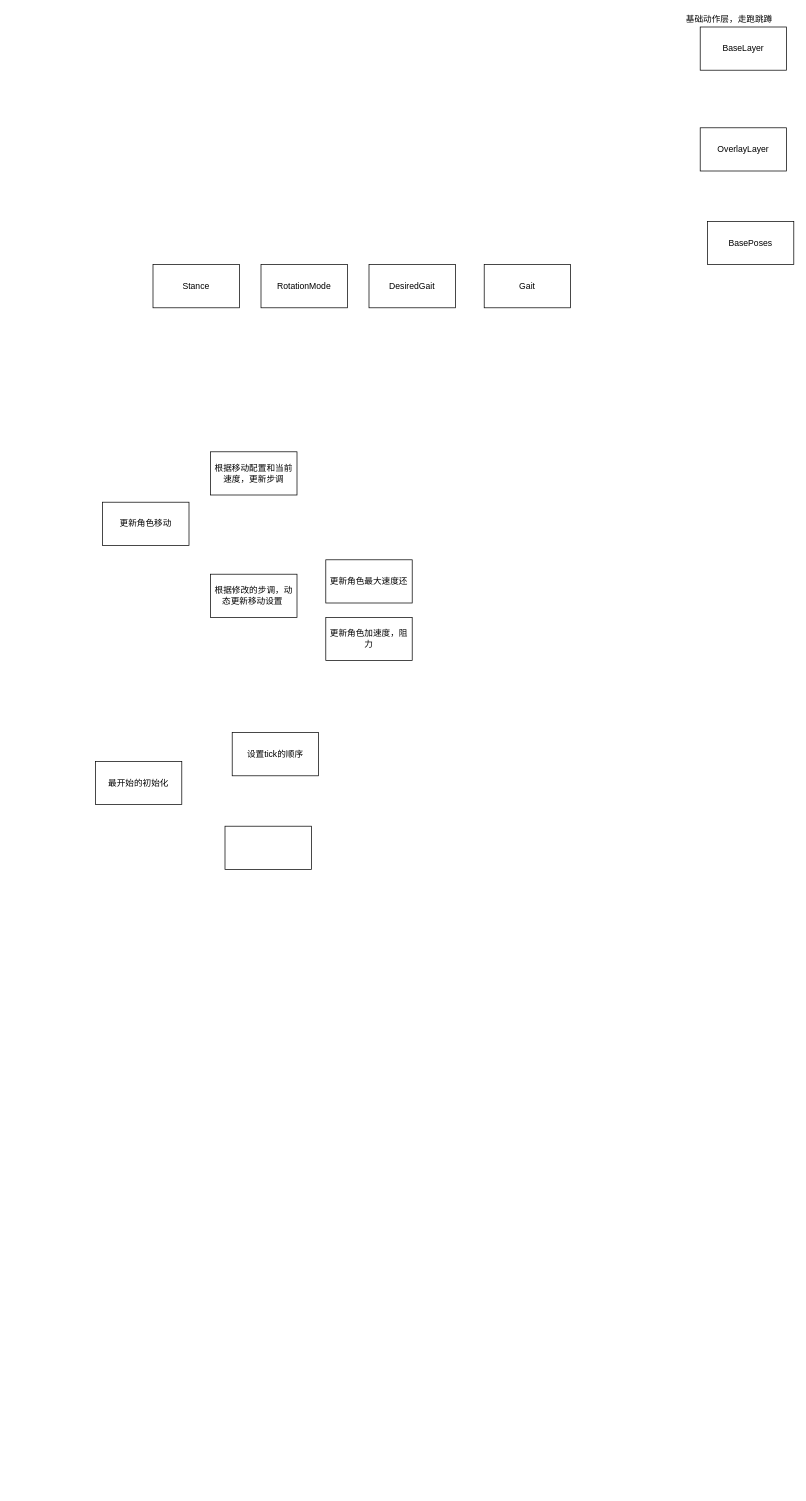
1995zmj/ZMJ keeps this draw.io diagram as page "AnimGraph" (1 of 5) of ALS.drawio. Above is the earlier version. Source tidied: cells renumbered, new cells numbered last; positions are measured from the earlier drawing's top-left corner, leaving out a move shared by most shapes. Both pictures are drawn from the tidied source at 72%, with x=0, y=0 at pixel (95, 12).
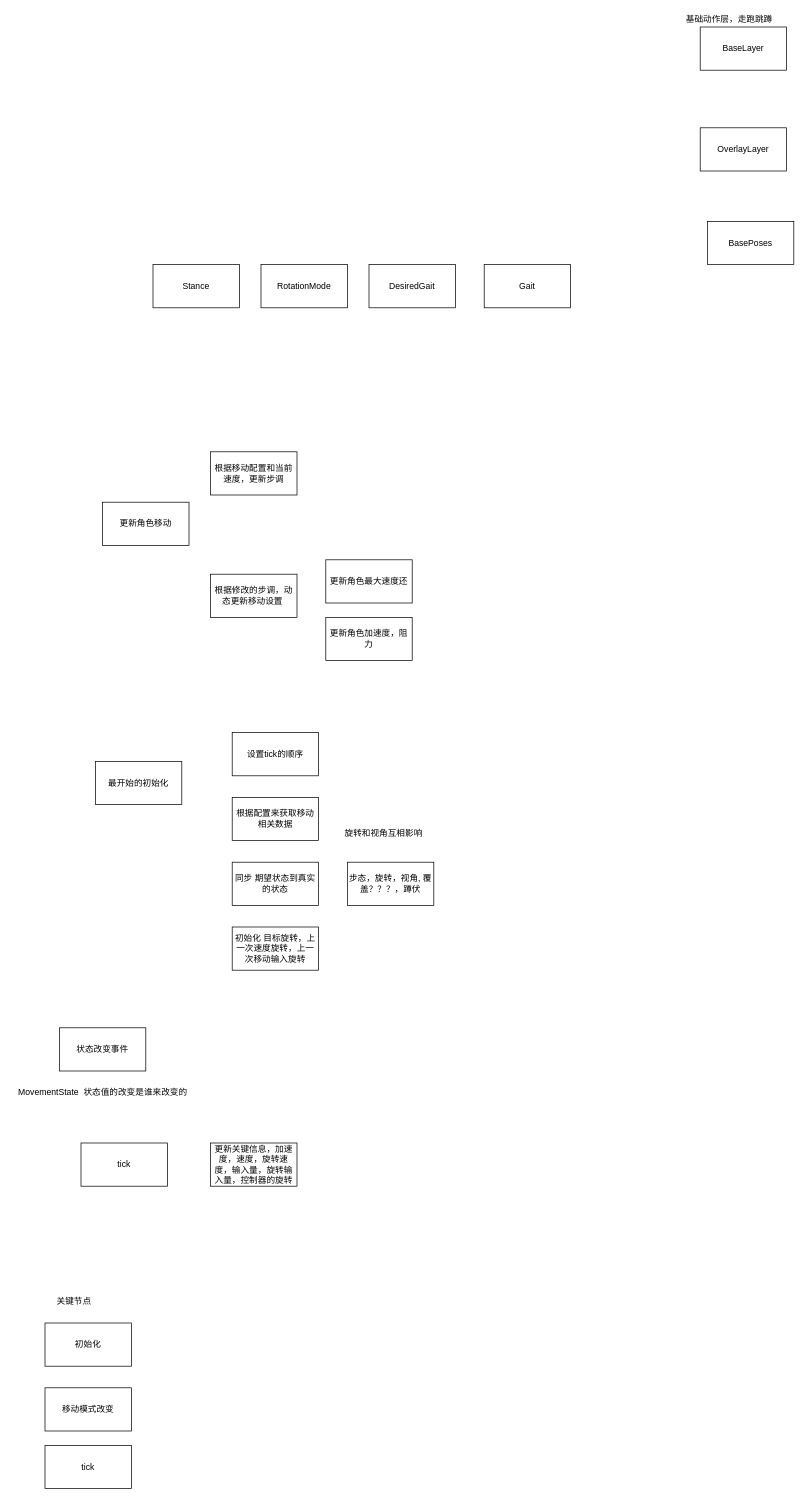
The same page after the edit.

What changed in the source:
```diff
@@
-    <mxCell id="17" style="whiteSpace=wrap;html=1;" parent="1" vertex="1">
-      <mxGeometry x="180" y="1130" width="120" height="60" as="geometry" />
+    <mxCell id="17" value="根据配置来获取移动相关数据" style="whiteSpace=wrap;html=1;" parent="1" vertex="1">
+      <mxGeometry x="190" y="1090" width="120" height="60" as="geometry" />
     </mxCell>
+    <mxCell id="18" value="同步 期望状态到真实的状态" style="whiteSpace=wrap;html=1;" parent="1" vertex="1">
+      <mxGeometry x="190" y="1180" width="120" height="60" as="geometry" />
+    </mxCell>
+    <mxCell id="19" value="步态，旋转，视角, 覆盖？？？，蹲伏" style="whiteSpace=wrap;html=1;" parent="1" vertex="1">
+      <mxGeometry x="350" y="1180" width="120" height="60" as="geometry" />
+    </mxCell>
+    <mxCell id="20" value="旋转和视角互相影响" style="text;html=1;align=center;verticalAlign=middle;strokeColor=none;fillColor=none;" parent="1" vertex="1">
+      <mxGeometry x="340" y="1130" width="120" height="20" as="geometry" />
+    </mxCell>
+    <mxCell id="21" value="初始化 目标旋转，上一次速度旋转，上一次移动输入旋转" style="whiteSpace=wrap;html=1;" parent="1" vertex="1">
+      <mxGeometry x="190" y="1270" width="120" height="60" as="geometry" />
+    </mxCell>
+    <mxCell id="22" value="状态改变事件" style="whiteSpace=wrap;html=1;" parent="1" vertex="1">
+      <mxGeometry x="-50" y="1410" width="120" height="60" as="geometry" />
+    </mxCell>
+    <mxCell id="23" value="MovementState&amp;nbsp; 状态值的改变是谁来改变的&lt;br&gt;" style="text;html=1;align=center;verticalAlign=middle;strokeColor=none;fillColor=none;" parent="1" vertex="1">
+      <mxGeometry x="-115" y="1490" width="250" height="20" as="geometry" />
+    </mxCell>
+    <mxCell id="24" value="tick" style="whiteSpace=wrap;html=1;" parent="1" vertex="1">
+      <mxGeometry x="-20" y="1570" width="120" height="60" as="geometry" />
+    </mxCell>
+    <mxCell id="25" value="更新关键信息，加速度，速度，旋转速度，输入量，旋转输入量，控制器的旋转" style="whiteSpace=wrap;html=1;" parent="1" vertex="1">
+      <mxGeometry x="160" y="1570" width="120" height="60" as="geometry" />
+    </mxCell>
+    <mxCell id="26" value="初始化" style="whiteSpace=wrap;html=1;" parent="1" vertex="1">
+      <mxGeometry x="-70" y="1820" width="120" height="60" as="geometry" />
+    </mxCell>
+    <mxCell id="27" value="关键节点" style="text;html=1;align=center;verticalAlign=middle;strokeColor=none;fillColor=none;" parent="1" vertex="1">
+      <mxGeometry x="-60" y="1780" width="60" height="20" as="geometry" />
+    </mxCell>
+    <mxCell id="28" value="tick" style="whiteSpace=wrap;html=1;" parent="1" vertex="1">
+      <mxGeometry x="-70" y="1990" width="120" height="60" as="geometry" />
+    </mxCell>
+    <mxCell id="29" value="移动模式改变" style="whiteSpace=wrap;html=1;" parent="1" vertex="1">
+      <mxGeometry x="-70" y="1910" width="120" height="60" as="geometry" />
+    </mxCell>
```
